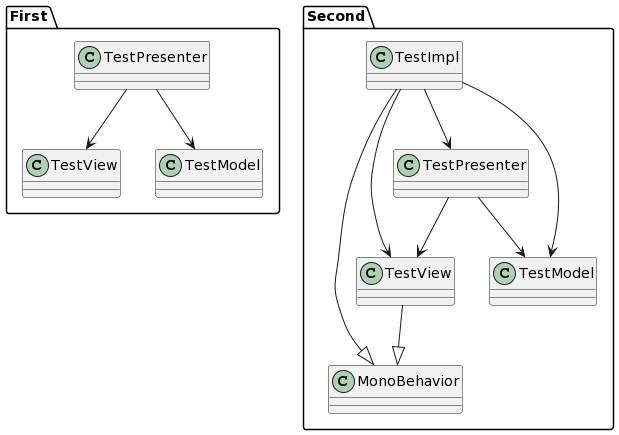
Before: Assets/UML/FirstSecond.png, a diagram exported from PlantUML (eiei114/TestSample). Its diagram source:
```plantuml
@startuml
namespace First{
class TestView
class TestModel
class TestPresenter

TestPresenter --> TestModel
TestPresenter --> TestView
}

namespace Second{
class MonoBehavior

class TestView
class TestModel
class TestPresenter
class TestImpl

TestImpl --> TestPresenter
TestImpl --> TestView
TestImpl --> TestModel

TestPresenter -->TestModel
TestPresenter-->TestView

TestImpl --|> MonoBehavior
TestView --|> MonoBehavior
}
@enduml
```
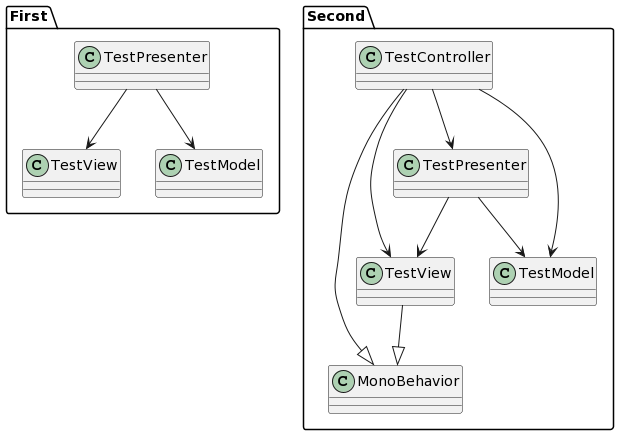
After the commit.

Change to the diagram source:
```diff
@@ -14,16 +14,16 @@
 class TestView
 class TestModel
 class TestPresenter
-class TestImpl
+class TestController
 
-TestImpl --> TestPresenter
-TestImpl --> TestView
-TestImpl --> TestModel
+TestController --> TestPresenter
+TestController --> TestView
+TestController --> TestModel
 
 TestPresenter -->TestModel
 TestPresenter-->TestView
 
-TestImpl --|> MonoBehavior
+TestController --|> MonoBehavior
 TestView --|> MonoBehavior
 }
 @enduml
```
